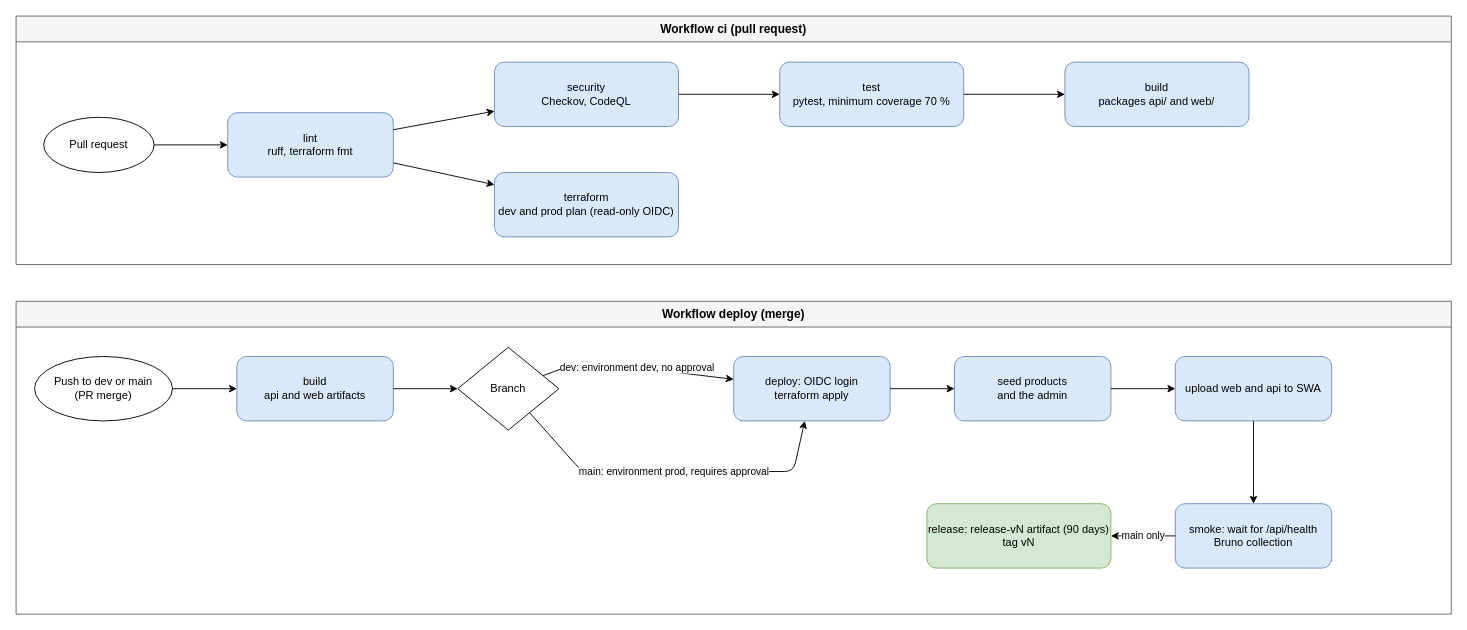
The draw.io diagram docs/diagrams/pipeline.drawio in Andr3xDev/migas-en-la-nube, before the edit. Source tidied: cells renumbered, new cells numbered last; positions are measured from the earlier drawing's top-left corner, leaving out a move shared by most shapes. Both pictures are drawn from the tidied source at 92%, with x=0, y=0 at pixel (16, 16).
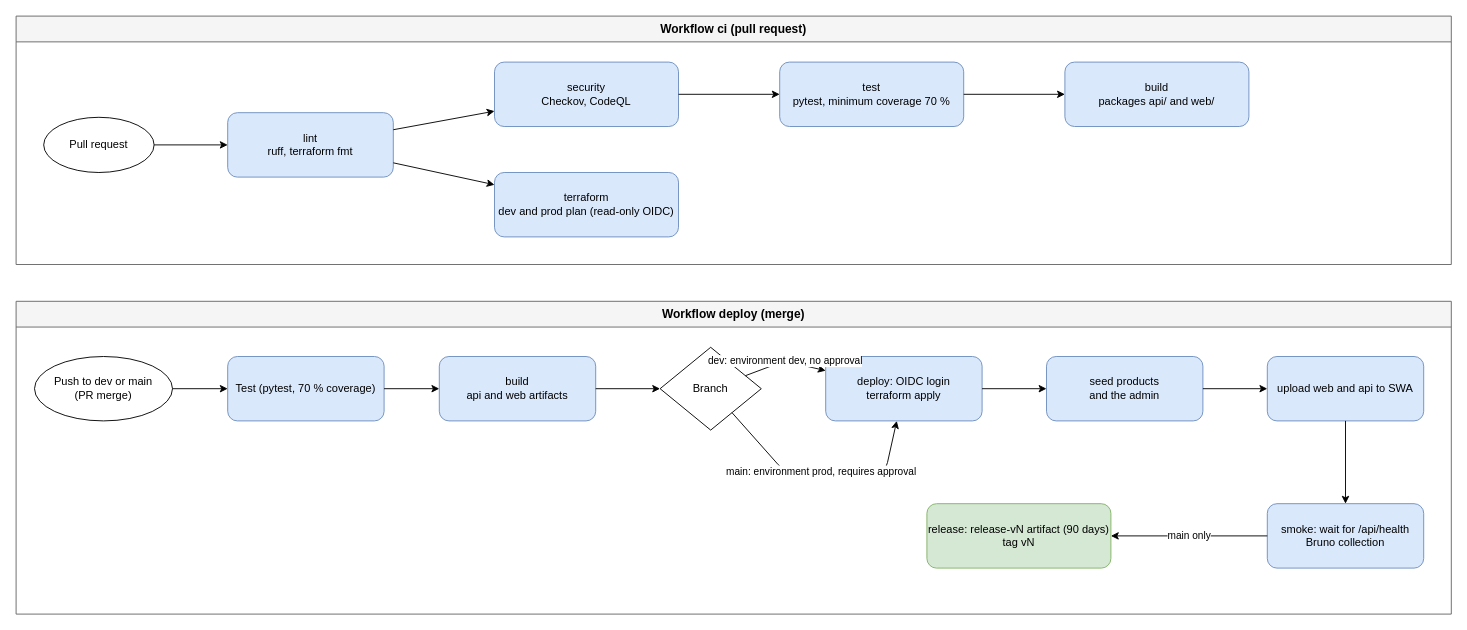
The same page after the edit.

Commit message (it also covers changes not shown here):
docs: abuse risk, MVP cost column, test stage in pipeline

Unchanged cells that the change refers to:
```xml
<mxCell id="9" value="Workflow deploy (merge)" style="swimlane;whiteSpace=wrap;html=1;fontSize=13;startSize=28;fillColor=#f5f5f5;strokeColor=#666666;" parent="1" vertex="1">
  <mxGeometry y="310" width="1560" height="340" as="geometry" />
</mxCell>
<mxCell id="10" value="Push to dev or main&#10;(PR merge)" style="ellipse;whiteSpace=wrap;html=1;fontSize=12;" parent="9" vertex="1">
  <mxGeometry x="20" y="60" width="150" height="70" as="geometry" />
</mxCell>
```

The edit, as a diff of the source:
```diff
@@
+    <mxCell id="31" value="Test (pytest, 70 % coverage)" style="rounded=1;whiteSpace=wrap;html=1;fontSize=12;fillColor=#dae8fc;strokeColor=#6c8ebf;" parent="9" vertex="1">
+      <mxGeometry x="230" y="60" width="170" height="70" as="geometry" />
+    </mxCell>
     <mxCell id="11" value="build&#10;api and web artifacts" style="rounded=1;whiteSpace=wrap;html=1;fontSize=12;fillColor=#dae8fc;strokeColor=#6c8ebf;" parent="9" vertex="1">
-      <mxGeometry x="240" y="60" width="170" height="70" as="geometry" />
+      <mxGeometry x="460" y="60" width="170" height="70" as="geometry" />
     </mxCell>
     <mxCell id="12" value="Branch" style="rhombus;whiteSpace=wrap;html=1;fontSize=12;" parent="9" vertex="1">
-      <mxGeometry x="480" y="50" width="110" height="90" as="geometry" />
+      <mxGeometry x="700" y="50" width="110" height="90" as="geometry" />
     </mxCell>
     <mxCell id="13" value="deploy: OIDC login&#10;terraform apply" style="rounded=1;whiteSpace=wrap;html=1;fontSize=12;fillColor=#dae8fc;strokeColor=#6c8ebf;" parent="9" vertex="1">
-      <mxGeometry x="780" y="60" width="170" height="70" as="geometry" />
+      <mxGeometry x="880" y="60" width="170" height="70" as="geometry" />
     </mxCell>
     <mxCell id="14" value="seed products&#10;and the admin" style="rounded=1;whiteSpace=wrap;html=1;fontSize=12;fillColor=#dae8fc;strokeColor=#6c8ebf;" parent="9" vertex="1">
-      <mxGeometry x="1020" y="60" width="170" height="70" as="geometry" />
+      <mxGeometry x="1120" y="60" width="170" height="70" as="geometry" />
     </mxCell>
     <mxCell id="15" value="upload web and api to SWA" style="rounded=1;whiteSpace=wrap;html=1;fontSize=12;fillColor=#dae8fc;strokeColor=#6c8ebf;" parent="9" vertex="1">
-      <mxGeometry x="1260" y="60" width="170" height="70" as="geometry" />
+      <mxGeometry x="1360" y="60" width="170" height="70" as="geometry" />
     </mxCell>
     <mxCell id="16" value="smoke: wait for /api/health&#10;Bruno collection" style="rounded=1;whiteSpace=wrap;html=1;fontSize=12;fillColor=#dae8fc;strokeColor=#6c8ebf;" parent="9" vertex="1">
-      <mxGeometry x="1260" y="220" width="170" height="70" as="geometry" />
+      <mxGeometry x="1360" y="220" width="170" height="70" as="geometry" />
     </mxCell>
@@
-    <mxCell id="23" style="endArrow=classic;html=1;" parent="1" edge="1" source="10" target="11">
+    <mxCell id="23" style="endArrow=classic;html=1;" parent="1" edge="1" source="10" target="31">
       <mxGeometry relative="1" as="geometry" />
     </mxCell>
+    <mxCell id="32" style="endArrow=classic;html=1;" parent="1" edge="1" source="31" target="11">
+      <mxGeometry relative="1" as="geometry" />
+    </mxCell>
@@
     <mxCell id="25" value="dev: environment dev, no approval" style="endArrow=classic;html=1;fontSize=11;" parent="1" edge="1" source="12" target="13">
       <mxGeometry relative="1" as="geometry">
         <Array as="points">
-          <mxPoint x="615" y="375" />
+          <mxPoint x="835" y="375" />
         </Array>
       </mxGeometry>
     </mxCell>
     <mxCell id="26" value="main: environment prod, requires approval" style="endArrow=classic;html=1;fontSize=11;" parent="1" edge="1" source="12" target="13">
       <mxGeometry relative="1" as="geometry">
         <Array as="points">
-          <mxPoint x="615" y="495" />
-          <mxPoint x="845" y="495" />
+          <mxPoint x="835" y="495" />
+          <mxPoint x="945" y="495" />
         </Array>
       </mxGeometry>
     </mxCell>
```
